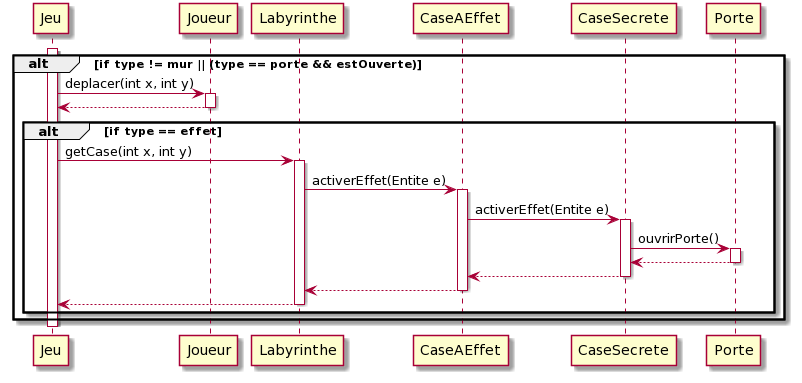
Above: documents/version_3/Diagramme_sequence_case_secrete.png in icetomtom/2020_COO_Zeldiablo_muller742u_etchevar1u_huet41u_bouillo15u (PlantUML), before the change.
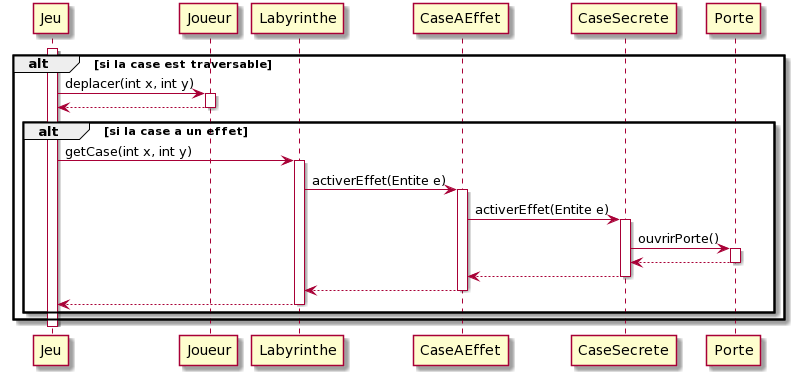
After the commit.

Commit message:
Modif diagrammes et sequence fonctionnalite 3

The edit, as a diff of the source:
```diff
@@ -1,29 +1,29 @@
 @startuml
 activate Jeu
 
-alt if type != mur || (type == porte && estOuverte)
+alt si la case est traversable
     Jeu -> Joueur : deplacer(int x, int y)
     activate Joueur
     Joueur --> Jeu
     deactivate Joueur
-    alt if type == effet
-    Jeu -> Labyrinthe : getCase(int x, int y)
-    activate Labyrinthe
-    Labyrinthe -> CaseAEffet : activerEffet(Entite e)
-    activate CaseAEffet
-    CaseAEffet -> CaseSecrete : activerEffet(Entite e)
-    activate CaseSecrete
-    CaseSecrete -> Porte : ouvrirPorte()
-    activate Porte
-    Porte --> CaseSecrete
-    deactivate Porte
-    CaseSecrete --> CaseAEffet
-    deactivate CaseSecrete
-    CaseAEffet --> Labyrinthe
-    deactivate CaseAEffet
-    Labyrinthe --> Jeu
-    deactivate Labyrinthe
-end
+    alt si la case a un effet
+        Jeu -> Labyrinthe : getCase(int x, int y)
+        activate Labyrinthe
+        Labyrinthe -> CaseAEffet : activerEffet(Entite e)
+        activate CaseAEffet
+        CaseAEffet -> CaseSecrete : activerEffet(Entite e)
+        activate CaseSecrete
+        CaseSecrete -> Porte : ouvrirPorte()
+        activate Porte
+        Porte --> CaseSecrete
+        deactivate Porte
+        CaseSecrete --> CaseAEffet
+        deactivate CaseSecrete
+        CaseAEffet --> Labyrinthe
+        deactivate CaseAEffet
+        Labyrinthe --> Jeu
+        deactivate Labyrinthe
+    end
 end
 
 deactivate Jeu
```
